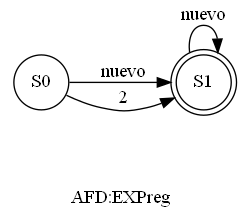
The Graphviz diagram build/classes/GRAFICAS/AFD_202107190/AFD_EXPreg.png in Cris1928/Proyecto1_OLC1_1S2023, before a commit. Its source is kept beside it as build/classes/GRAFICAS/AFD_202107190/AFD_EXPreg.dot. Source of this version:
```dot
digraph G {label = "AFD:EXPreg"
rankdir="LR";
node [shape="circle"];
SI[shape = none, fontcolor="white"];
S1[shape="doublecircle"];
S1[shape="doublecircle"];
S1[shape="doublecircle"];
S0->S1[label="nuevo"];
S0->S1[label="2"];
S1->S1[label="nuevo"];
}
```
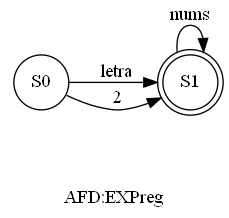
The same diagram one commit later.

Diff of the diagram source:
```diff
@@ -5,7 +5,7 @@
 S1[shape="doublecircle"];
 S1[shape="doublecircle"];
 S1[shape="doublecircle"];
-S0->S1[label="nuevo"];
+S0->S1[label="letra"];
 S0->S1[label="2"];
-S1->S1[label="nuevo"];
+S1->S1[label="nums"];
 }
```
